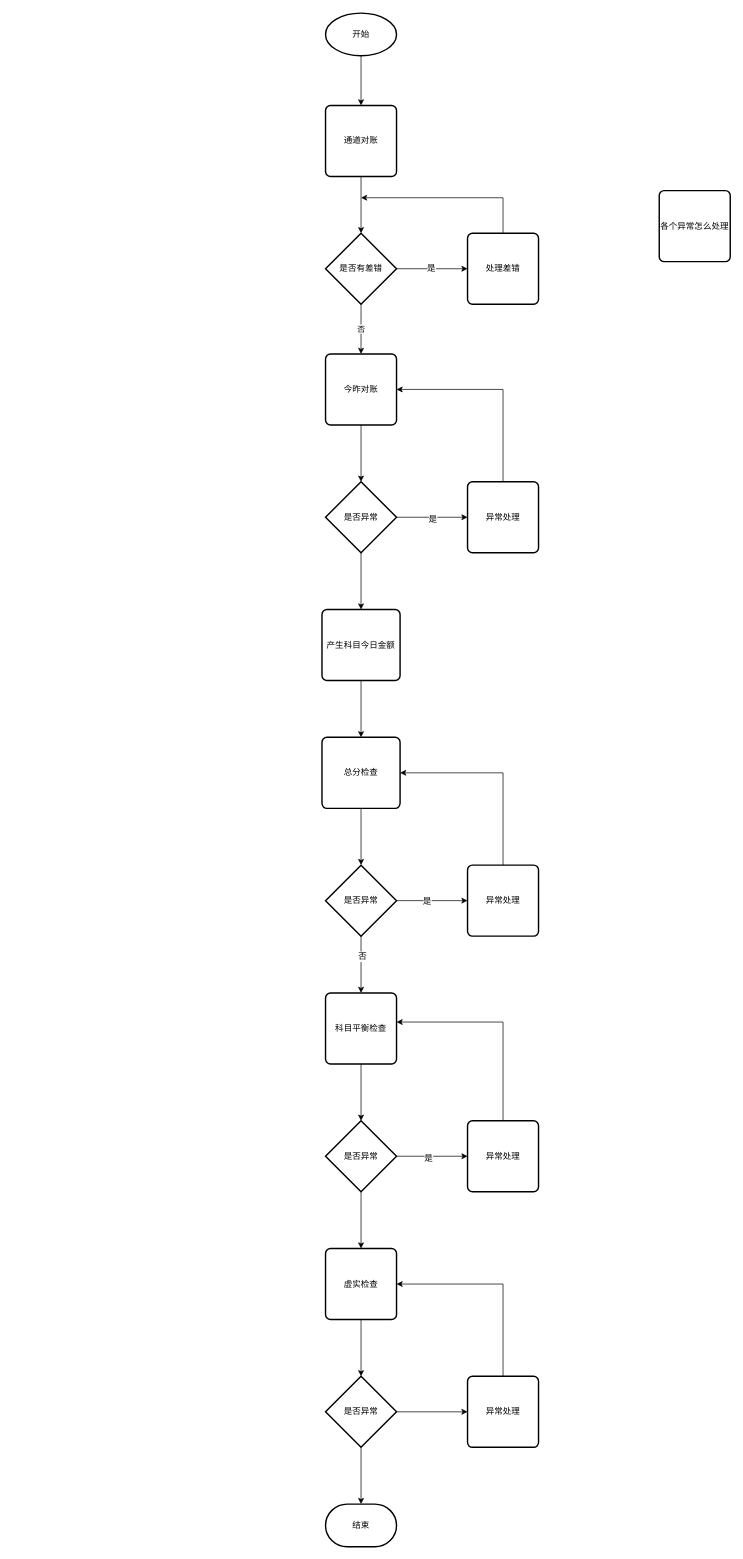
Before: xc-account/design/对账.drawio in waterStone528/job, a draw.io diagram. Source tidied: cells renumbered, new cells numbered last; positions are measured from the earlier drawing's top-left corner, leaving out a move shared by most shapes. Both pictures are drawn from the tidied source at 71%, with x=0, y=0 at pixel (322, 13).
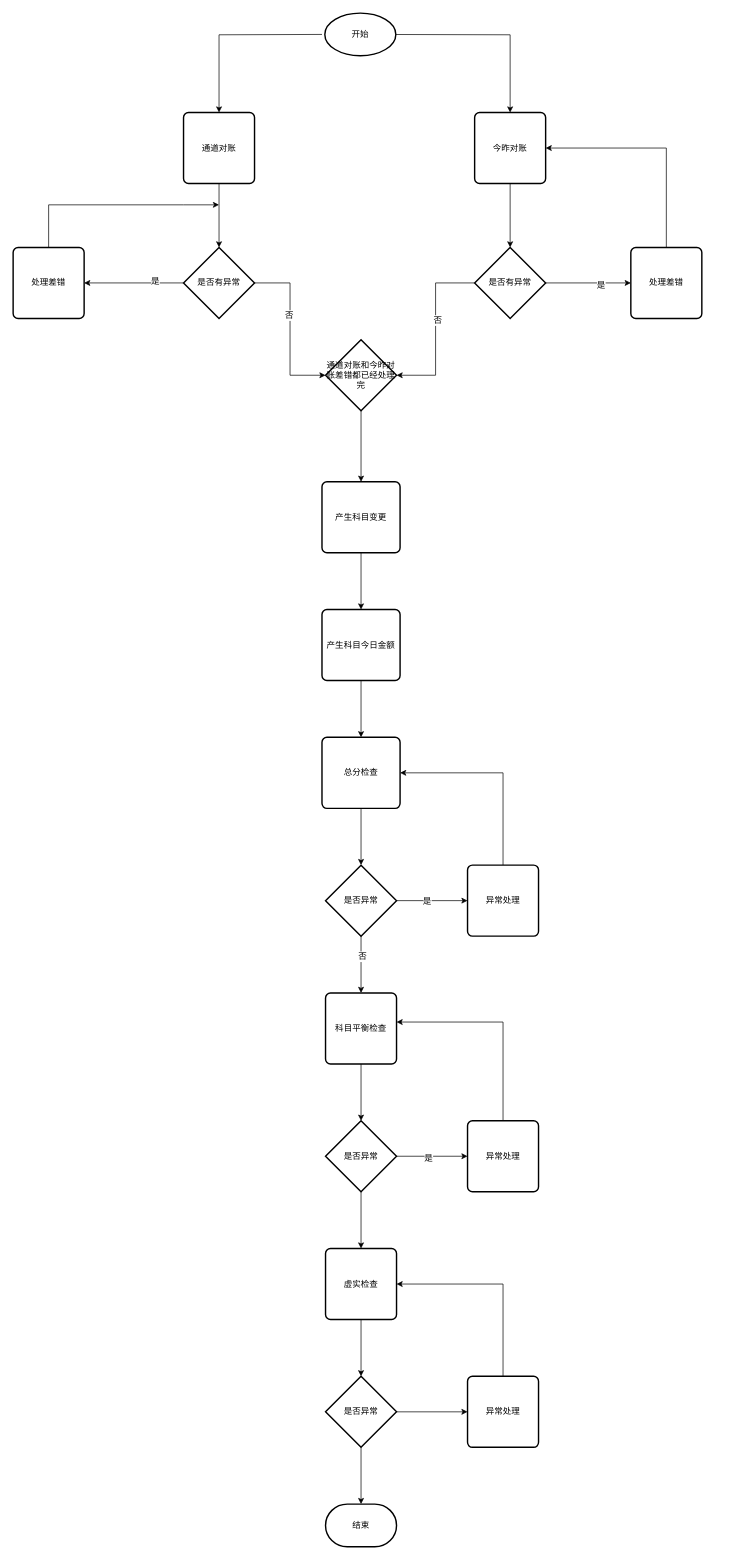
After the change.

The change refers to these unchanged cells:
```xml
<mxCell id="21" value="产生科目今日金额" style="rounded=1;whiteSpace=wrap;html=1;absoluteArcSize=1;arcSize=14;strokeWidth=2;" parent="1" vertex="1">
  <mxGeometry y="840" width="110" height="100" as="geometry" />
</mxCell>
```

The edit, as a diff of the source:
```diff
@@
-    <mxCell id="2" style="edgeStyle=orthogonalEdgeStyle;rounded=0;jettySize=auto;html=1;entryX=0.5;entryY=0;entryDx=0;entryDy=0;" parent="1" edge="1" source="3" target="5">
-      <mxGeometry relative="1" as="geometry" />
-    </mxCell>
+    <mxCell id="48" style="edgeStyle=orthogonalEdgeStyle;rounded=0;jettySize=auto;html=1;" parent="1" edge="1" target="13">
+      <mxGeometry relative="1" as="geometry">
+        <mxPoint x="65" y="30" as="sourcePoint" />
+      </mxGeometry>
+    </mxCell>
+    <mxCell id="49" style="edgeStyle=orthogonalEdgeStyle;rounded=0;jettySize=auto;html=1;entryX=0.5;entryY=0;entryDx=0;entryDy=0;exitX=0;exitY=0.5;exitDx=0;exitDy=0;exitPerimeter=0;" parent="1" edge="1" target="5">
+      <mxGeometry relative="1" as="geometry">
+        <mxPoint y="30" as="sourcePoint" />
+      </mxGeometry>
+    </mxCell>
     <mxCell id="3" value="开始" style="strokeWidth=2;html=1;shape=mxgraph.flowchart.start_1;whiteSpace=wrap;" parent="1" vertex="1">
-      <mxGeometry x="5" width="100" height="60" as="geometry" />
+      <mxGeometry x="4" width="100" height="60" as="geometry" />
     </mxCell>
-    <mxCell id="4" style="edgeStyle=orthogonalEdgeStyle;rounded=0;jettySize=auto;html=1;entryX=0.5;entryY=0;entryDx=0;entryDy=0;entryPerimeter=0;" parent="1" edge="1" source="5" target="9">
-      <mxGeometry relative="1" as="geometry" />
-    </mxCell>
+    <mxCell id="50" style="edgeStyle=orthogonalEdgeStyle;rounded=0;jettySize=auto;html=1;entryX=0.5;entryY=0;entryDx=0;entryDy=0;entryPerimeter=0;" parent="1" edge="1" source="5" target="63">
+      <mxGeometry relative="1" as="geometry" />
+    </mxCell>
     <mxCell id="5" value="通道对账" style="rounded=1;whiteSpace=wrap;html=1;absoluteArcSize=1;arcSize=14;strokeWidth=2;" parent="1" vertex="1">
-      <mxGeometry x="5" y="130" width="100" height="100" as="geometry" />
+      <mxGeometry x="-195" y="140" width="100" height="100" as="geometry" />
     </mxCell>
-    <mxCell id="6" style="edgeStyle=orthogonalEdgeStyle;rounded=0;jettySize=auto;html=1;entryX=0;entryY=0.5;entryDx=0;entryDy=0;" parent="1" edge="1" source="9" target="11">
-      <mxGeometry relative="1" as="geometry" />
-    </mxCell>
-    <mxCell id="7" value="是" style="text;html=1;align=center;verticalAlign=middle;labelBackgroundColor=#ffffff;" parent="6" vertex="1">
-      <mxGeometry x="-0.04" y="2" relative="1" as="geometry" />
-    </mxCell>
-    <mxCell id="8" value="否" style="edgeStyle=orthogonalEdgeStyle;rounded=0;jettySize=auto;html=1;entryX=0.5;entryY=0;entryDx=0;entryDy=0;" parent="1" edge="1" source="9" target="13">
-      <mxGeometry relative="1" as="geometry" />
-    </mxCell>
+    <mxCell id="51" style="edgeStyle=orthogonalEdgeStyle;rounded=0;jettySize=auto;html=1;entryX=0.5;entryY=0;entryDx=0;entryDy=0;" parent="1" edge="1" source="9" target="67">
+      <mxGeometry relative="1" as="geometry" />
+    </mxCell>
-    <mxCell id="9" value="是否有差错" style="strokeWidth=2;html=1;shape=mxgraph.flowchart.decision;whiteSpace=wrap;" parent="1" vertex="1">
-      <mxGeometry x="5" y="310" width="100" height="100" as="geometry" />
+    <mxCell id="9" value="通道对账和今昨对账差错都已经处理完" style="strokeWidth=2;html=1;shape=mxgraph.flowchart.decision;whiteSpace=wrap;" parent="1" vertex="1">
+      <mxGeometry x="5" y="460" width="100" height="100" as="geometry" />
     </mxCell>
-    <mxCell id="10" style="edgeStyle=orthogonalEdgeStyle;rounded=0;jettySize=auto;html=1;" parent="1" edge="1" source="11">
-      <mxGeometry relative="1" as="geometry">
-        <mxPoint x="55" y="260" as="targetPoint" />
-        <Array as="points">
-          <mxPoint x="255" y="260" />
-        </Array>
-      </mxGeometry>
-    </mxCell>
+    <mxCell id="52" style="edgeStyle=orthogonalEdgeStyle;rounded=0;jettySize=auto;html=1;entryX=1;entryY=0.5;entryDx=0;entryDy=0;" parent="1" edge="1" source="11" target="13">
+      <mxGeometry relative="1" as="geometry">
+        <Array as="points">
+          <mxPoint x="485" y="190" />
+        </Array>
+      </mxGeometry>
+    </mxCell>
     <mxCell id="11" value="处理差错" style="rounded=1;whiteSpace=wrap;html=1;absoluteArcSize=1;arcSize=14;strokeWidth=2;" parent="1" vertex="1">
-      <mxGeometry x="205" y="310" width="100" height="100" as="geometry" />
+      <mxGeometry x="435" y="330" width="100" height="100" as="geometry" />
     </mxCell>
-    <mxCell id="12" style="edgeStyle=orthogonalEdgeStyle;rounded=0;jettySize=auto;html=1;entryX=0.5;entryY=0;entryDx=0;entryDy=0;entryPerimeter=0;" parent="1" edge="1" source="13" target="17">
-      <mxGeometry relative="1" as="geometry" />
-    </mxCell>
+    <mxCell id="53" style="edgeStyle=orthogonalEdgeStyle;rounded=0;jettySize=auto;html=1;entryX=0.5;entryY=0;entryDx=0;entryDy=0;entryPerimeter=0;" parent="1" edge="1" source="13" target="58">
+      <mxGeometry relative="1" as="geometry" />
+    </mxCell>
     <mxCell id="13" value="今昨对账" style="rounded=1;whiteSpace=wrap;html=1;absoluteArcSize=1;arcSize=14;strokeWidth=2;" parent="1" vertex="1">
-      <mxGeometry x="5" y="480" width="100" height="100" as="geometry" />
+      <mxGeometry x="215" y="140" width="100" height="100" as="geometry" />
     </mxCell>
-    <mxCell id="14" style="edgeStyle=orthogonalEdgeStyle;rounded=0;jettySize=auto;html=1;entryX=0;entryY=0.5;entryDx=0;entryDy=0;" parent="1" edge="1" source="17" target="19">
-      <mxGeometry relative="1" as="geometry" />
-    </mxCell>
-    <mxCell id="15" value="是" style="text;html=1;align=center;verticalAlign=middle;labelBackgroundColor=#ffffff;" parent="14" vertex="1">
-      <mxGeometry y="-2" relative="1" as="geometry" />
-    </mxCell>
-    <mxCell id="16" style="edgeStyle=orthogonalEdgeStyle;rounded=0;jettySize=auto;html=1;entryX=0.5;entryY=0;entryDx=0;entryDy=0;" parent="1" edge="1" source="17" target="21">
-      <mxGeometry relative="1" as="geometry" />
-    </mxCell>
-    <mxCell id="17" value="是否异常" style="strokeWidth=2;html=1;shape=mxgraph.flowchart.decision;whiteSpace=wrap;" parent="1" vertex="1">
-      <mxGeometry x="5" y="660" width="100" height="100" as="geometry" />
-    </mxCell>
-    <mxCell id="18" style="edgeStyle=orthogonalEdgeStyle;rounded=0;jettySize=auto;html=1;entryX=1;entryY=0.5;entryDx=0;entryDy=0;" parent="1" edge="1" source="19" target="13">
-      <mxGeometry relative="1" as="geometry">
-        <Array as="points">
-          <mxPoint x="255" y="530" />
-        </Array>
-      </mxGeometry>
-    </mxCell>
-    <mxCell id="19" value="异常处理" style="rounded=1;whiteSpace=wrap;html=1;absoluteArcSize=1;arcSize=14;strokeWidth=2;" parent="1" vertex="1">
-      <mxGeometry x="205" y="660" width="100" height="100" as="geometry" />
-    </mxCell>
@@
-    <mxCell id="31" value="各个异常怎么处理" style="rounded=1;whiteSpace=wrap;html=1;absoluteArcSize=1;arcSize=14;strokeWidth=2;" parent="1" vertex="1">
-      <mxGeometry x="475" y="250" width="100" height="100" as="geometry" />
-    </mxCell>
@@
+    <mxCell id="54" style="edgeStyle=orthogonalEdgeStyle;rounded=0;jettySize=auto;html=1;entryX=1;entryY=0.5;entryDx=0;entryDy=0;entryPerimeter=0;" parent="1" edge="1" source="58" target="9">
+      <mxGeometry relative="1" as="geometry" />
+    </mxCell>
+    <mxCell id="55" value="否" style="text;html=1;align=center;verticalAlign=middle;labelBackgroundColor=#ffffff;" parent="54" vertex="1">
+      <mxGeometry x="-0.11" y="2" relative="1" as="geometry" />
+    </mxCell>
+    <mxCell id="56" style="edgeStyle=orthogonalEdgeStyle;rounded=0;jettySize=auto;html=1;entryX=0;entryY=0.5;entryDx=0;entryDy=0;" parent="1" edge="1" source="58" target="11">
+      <mxGeometry relative="1" as="geometry" />
+    </mxCell>
+    <mxCell id="57" value="是" style="text;html=1;align=center;verticalAlign=middle;labelBackgroundColor=#ffffff;" parent="56" vertex="1">
+      <mxGeometry x="0.28" y="-2" relative="1" as="geometry" />
+    </mxCell>
+    <mxCell id="58" value="是否有异常" style="strokeWidth=2;html=1;shape=mxgraph.flowchart.decision;whiteSpace=wrap;" parent="1" vertex="1">
+      <mxGeometry x="215" y="330" width="100" height="100" as="geometry" />
+    </mxCell>
+    <mxCell id="59" style="edgeStyle=orthogonalEdgeStyle;rounded=0;jettySize=auto;html=1;entryX=0;entryY=0.5;entryDx=0;entryDy=0;entryPerimeter=0;" parent="1" edge="1" source="63" target="9">
+      <mxGeometry relative="1" as="geometry" />
+    </mxCell>
+    <mxCell id="60" value="否" style="text;html=1;align=center;verticalAlign=middle;labelBackgroundColor=#ffffff;" parent="59" vertex="1">
+      <mxGeometry x="-0.17" y="-2" relative="1" as="geometry" />
+    </mxCell>
+    <mxCell id="61" style="edgeStyle=orthogonalEdgeStyle;rounded=0;jettySize=auto;html=1;entryX=1;entryY=0.5;entryDx=0;entryDy=0;" parent="1" edge="1" source="63" target="65">
+      <mxGeometry relative="1" as="geometry" />
+    </mxCell>
+    <mxCell id="62" value="是" style="text;html=1;align=center;verticalAlign=middle;labelBackgroundColor=#ffffff;" parent="61" vertex="1">
+      <mxGeometry x="-0.41" y="-3" relative="1" as="geometry" />
+    </mxCell>
+    <mxCell id="63" value="是否有异常" style="strokeWidth=2;html=1;shape=mxgraph.flowchart.decision;whiteSpace=wrap;" parent="1" vertex="1">
+      <mxGeometry x="-195" y="330" width="100" height="100" as="geometry" />
+    </mxCell>
+    <mxCell id="64" style="edgeStyle=orthogonalEdgeStyle;rounded=0;jettySize=auto;html=1;" parent="1" edge="1" source="65">
+      <mxGeometry relative="1" as="geometry">
+        <mxPoint x="-145" y="270" as="targetPoint" />
+        <Array as="points">
+          <mxPoint x="-385" y="270" />
+          <mxPoint x="-195" y="270" />
+        </Array>
+      </mxGeometry>
+    </mxCell>
+    <mxCell id="65" value="处理差错" style="rounded=1;whiteSpace=wrap;html=1;absoluteArcSize=1;arcSize=14;strokeWidth=2;" parent="1" vertex="1">
+      <mxGeometry x="-435" y="330" width="100" height="100" as="geometry" />
+    </mxCell>
+    <mxCell id="66" style="edgeStyle=orthogonalEdgeStyle;rounded=0;jettySize=auto;html=1;" parent="1" edge="1" source="67" target="21">
+      <mxGeometry relative="1" as="geometry" />
+    </mxCell>
+    <mxCell id="67" value="产生科目变更" style="rounded=1;whiteSpace=wrap;html=1;absoluteArcSize=1;arcSize=14;strokeWidth=2;" parent="1" vertex="1">
+      <mxGeometry y="660" width="110" height="100" as="geometry" />
+    </mxCell>
```
